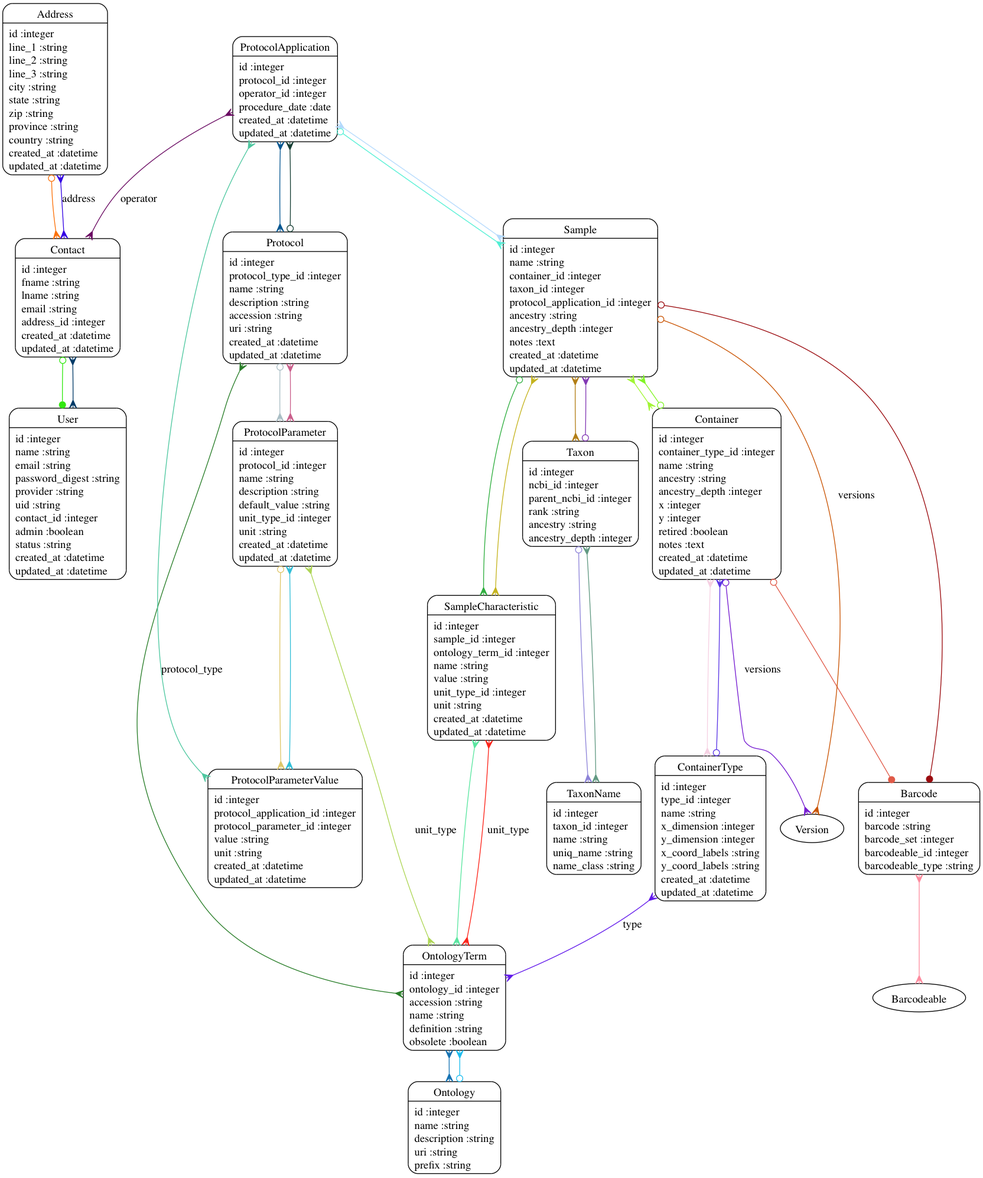
dimitras/collos keeps this Graphviz diagram as models.png. Above is the earlier version. Its source is kept beside it as models.dot.
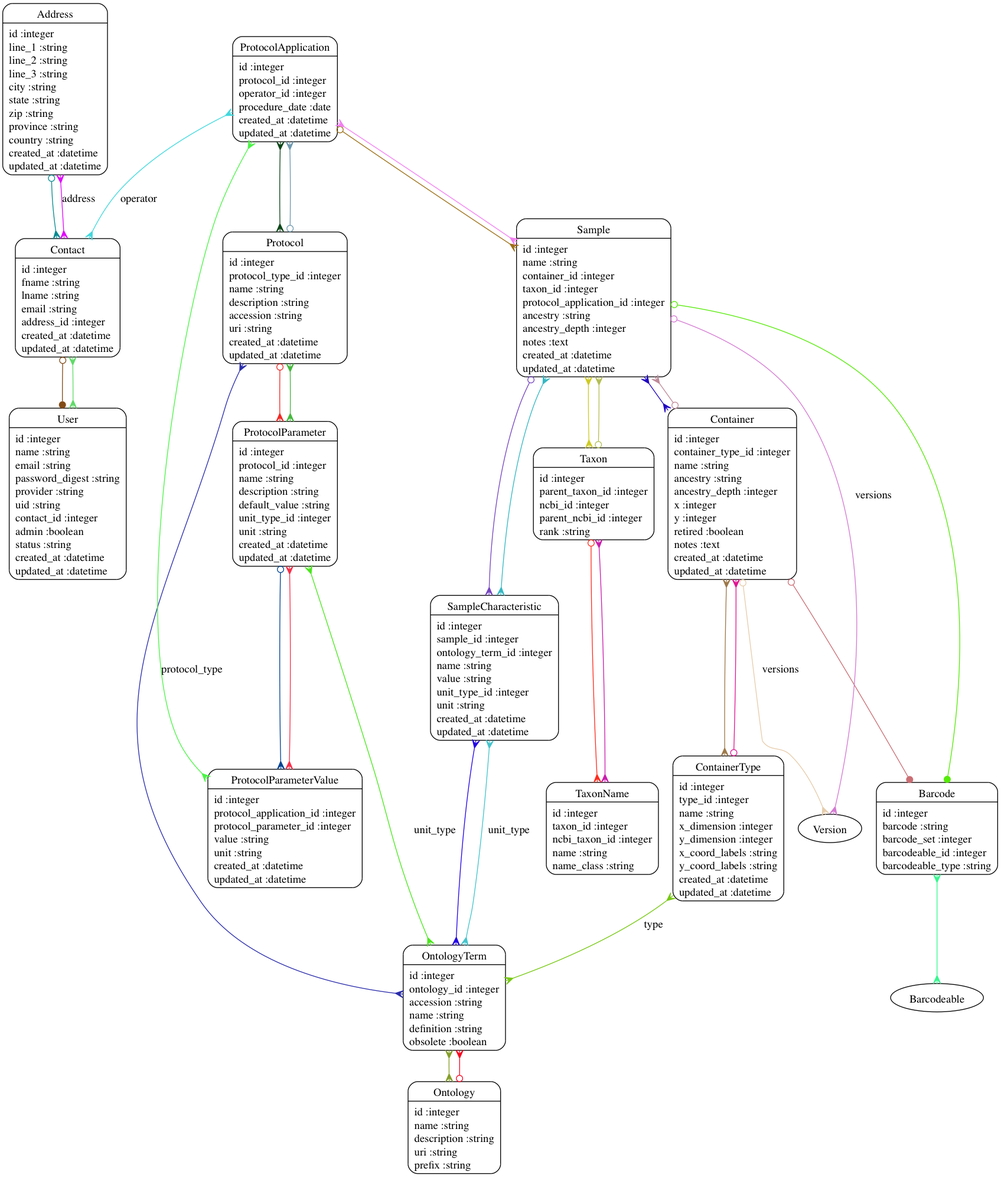
After the commit.

The edit, as a diff of the source:
```diff
@@ -13,43 +13,43 @@
 	"ProtocolParameterValue" [shape=Mrecord, label="{ProtocolParameterValue|id :integer\lprotocol_application_id :integer\lprotocol_parameter_id :integer\lvalue :string\lunit :string\lcreated_at :datetime\lupdated_at :datetime\l}"]
 	"Sample" [shape=Mrecord, label="{Sample|id :integer\lname :string\lcontainer_id :integer\ltaxon_id :integer\lprotocol_application_id :integer\lancestry :string\lancestry_depth :integer\lnotes :text\lcreated_at :datetime\lupdated_at :datetime\l}"]
 	"SampleCharacteristic" [shape=Mrecord, label="{SampleCharacteristic|id :integer\lsample_id :integer\lontology_term_id :integer\lname :string\lvalue :string\lunit_type_id :integer\lunit :string\lcreated_at :datetime\lupdated_at :datetime\l}"]
-	"Taxon" [shape=Mrecord, label="{Taxon|id :integer\lncbi_id :integer\lparent_ncbi_id :integer\lrank :string\lancestry :string\lancestry_depth :integer\l}"]
-	"TaxonName" [shape=Mrecord, label="{TaxonName|id :integer\ltaxon_id :integer\lname :string\luniq_name :string\lname_class :string\l}"]
+	"Taxon" [shape=Mrecord, label="{Taxon|id :integer\lparent_taxon_id :integer\lncbi_id :integer\lparent_ncbi_id :integer\lrank :string\l}"]
+	"TaxonName" [shape=Mrecord, label="{TaxonName|id :integer\ltaxon_id :integer\lncbi_taxon_id :integer\lname :string\lname_class :string\l}"]
 	"User" [shape=Mrecord, label="{User|id :integer\lname :string\lemail :string\lpassword_digest :string\lprovider :string\luid :string\lcontact_id :integer\ladmin :boolean\lstatus :string\lcreated_at :datetime\lupdated_at :datetime\l}"]
-	"Address" -> "Contact" [arrowtail=odot, arrowhead=crow, dir=both color="#FB710A"]
-	"Barcode" -> "Barcodeable" [arrowtail=crow, arrowhead=crow, dir=both color="#FD8B9E"]
-	"Contact" -> "User" [arrowtail=odot, arrowhead=dot, dir=both color="#32E811"]
-	"Contact" -> "Address" [label="address", arrowtail=crow, arrowhead=crow, dir=both color="#3303E4"]
-	"Container" -> "ContainerType" [arrowtail=crow, arrowhead=crow, dir=both color="#F5D0E2"]
-	"Container" -> "Sample" [arrowtail=odot, arrowhead=crow, dir=both color="#81F425"]
-	"Container" -> "Barcode" [arrowtail=odot, arrowhead=dot, dir=both color="#E05A48"]
-	"Container" -> "Version" [label="versions", arrowtail=odot, arrowhead=crow, dir=both color="#741AD0"]
-	"ContainerType" -> "OntologyTerm" [label="type", arrowtail=crow, arrowhead=crow, dir=both color="#6118EA"]
-	"ContainerType" -> "Container" [arrowtail=odot, arrowhead=crow, dir=both color="#5934E5"]
-	"Ontology" -> "OntologyTerm" [arrowtail=odot, arrowhead=crow, dir=both color="#1CBCEE"]
-	"OntologyTerm" -> "Ontology" [arrowtail=crow, arrowhead=crow, dir=both color="#1572B2"]
-	"Protocol" -> "OntologyTerm" [label="protocol_type", arrowtail=crow, arrowhead=crow, dir=both color="#287D28"]
-	"Protocol" -> "ProtocolApplication" [arrowtail=odot, arrowhead=crow, dir=both color="#153D33"]
-	"Protocol" -> "ProtocolParameter" [arrowtail=odot, arrowhead=crow, dir=both color="#A9BDC4"]
-	"ProtocolApplication" -> "Sample" [arrowtail=odot, arrowhead=crow, dir=both color="#52EFD4"]
-	"ProtocolApplication" -> "Protocol" [arrowtail=crow, arrowhead=crow, dir=both color="#055690"]
-	"ProtocolApplication" -> "Contact" [label="operator", arrowtail=crow, arrowhead=crow, dir=both color="#6A0A62"]
-	"ProtocolParameter" -> "Protocol" [arrowtail=crow, arrowhead=crow, dir=both color="#C95E8B"]
-	"ProtocolParameter" -> "OntologyTerm" [label="unit_type", arrowtail=crow, arrowhead=crow, dir=both color="#ADD555"]
-	"ProtocolParameter" -> "ProtocolParameterValue" [arrowtail=odot, arrowhead=crow, dir=both color="#DEC668"]
-	"ProtocolParameterValue" -> "ProtocolApplication" [arrowtail=crow, arrowhead=crow, dir=both color="#4DC79F"]
-	"ProtocolParameterValue" -> "ProtocolParameter" [arrowtail=crow, arrowhead=crow, dir=both color="#31BED7"]
-	"Sample" -> "Barcode" [arrowtail=odot, arrowhead=dot, dir=both color="#9A0A0E"]
-	"Sample" -> "Container" [arrowtail=crow, arrowhead=crow, dir=both color="#A1F534"]
-	"Sample" -> "ProtocolApplication" [arrowtail=crow, arrowhead=crow, dir=both color="#B3D9FC"]
-	"Sample" -> "Taxon" [arrowtail=crow, arrowhead=crow, dir=both color="#B27E16"]
-	"Sample" -> "SampleCharacteristic" [arrowtail=odot, arrowhead=crow, dir=both color="#2FAE3F"]
-	"Sample" -> "Version" [label="versions", arrowtail=odot, arrowhead=crow, dir=both color="#C95404"]
-	"SampleCharacteristic" -> "OntologyTerm" [arrowtail=crow, arrowhead=crow, dir=both color="#59E59F"]
-	"SampleCharacteristic" -> "OntologyTerm" [label="unit_type", arrowtail=crow, arrowhead=crow, dir=both color="#FC241A"]
-	"SampleCharacteristic" -> "Sample" [arrowtail=crow, arrowhead=crow, dir=both color="#C4B31E"]
-	"Taxon" -> "Sample" [arrowtail=odot, arrowhead=crow, dir=both color="#8238B4"]
-	"Taxon" -> "TaxonName" [arrowtail=odot, arrowhead=crow, dir=both color="#8D83D8"]
-	"TaxonName" -> "Taxon" [arrowtail=crow, arrowhead=crow, dir=both color="#619982"]
-	"User" -> "Contact" [arrowtail=crow, arrowhead=crow, dir=both color="#013A67"]
+	"Address" -> "Contact" [arrowtail=odot, arrowhead=crow, dir=both color="#068A91"]
+	"Barcode" -> "Barcodeable" [arrowtail=crow, arrowhead=crow, dir=both color="#34F88E"]
+	"Contact" -> "User" [arrowtail=odot, arrowhead=dot, dir=both color="#824B16"]
+	"Contact" -> "Address" [label="address", arrowtail=crow, arrowhead=crow, dir=both color="#E008FC"]
+	"Container" -> "ContainerType" [arrowtail=crow, arrowhead=crow, dir=both color="#9E7848"]
+	"Container" -> "Sample" [arrowtail=odot, arrowhead=crow, dir=both color="#BE8999"]
+	"Container" -> "Barcode" [arrowtail=odot, arrowhead=dot, dir=both color="#CA6E74"]
+	"Container" -> "Version" [label="versions", arrowtail=odot, arrowhead=crow, dir=both color="#E6CCAB"]
+	"ContainerType" -> "OntologyTerm" [label="type", arrowtail=crow, arrowhead=crow, dir=both color="#76C812"]
+	"ContainerType" -> "Container" [arrowtail=odot, arrowhead=crow, dir=both color="#E01593"]
+	"Ontology" -> "OntologyTerm" [arrowtail=odot, arrowhead=crow, dir=both color="#FA041F"]
+	"OntologyTerm" -> "Ontology" [arrowtail=crow, arrowhead=crow, dir=both color="#839E27"]
+	"Protocol" -> "OntologyTerm" [label="protocol_type", arrowtail=crow, arrowhead=crow, dir=both color="#2A2CAB"]
+	"Protocol" -> "ProtocolApplication" [arrowtail=odot, arrowhead=crow, dir=both color="#6D98AE"]
+	"Protocol" -> "ProtocolParameter" [arrowtail=odot, arrowhead=crow, dir=both color="#F02925"]
+	"ProtocolApplication" -> "Sample" [arrowtail=odot, arrowhead=crow, dir=both color="#9C6E15"]
+	"ProtocolApplication" -> "Protocol" [arrowtail=crow, arrowhead=crow, dir=both color="#0B4618"]
+	"ProtocolApplication" -> "Contact" [label="operator", arrowtail=crow, arrowhead=crow, dir=both color="#40D8DD"]
+	"ProtocolParameter" -> "Protocol" [arrowtail=crow, arrowhead=crow, dir=both color="#44B83C"]
+	"ProtocolParameter" -> "OntologyTerm" [label="unit_type", arrowtail=crow, arrowhead=crow, dir=both color="#48E81A"]
+	"ProtocolParameter" -> "ProtocolParameterValue" [arrowtail=odot, arrowhead=crow, dir=both color="#024392"]
+	"ProtocolParameterValue" -> "ProtocolApplication" [arrowtail=crow, arrowhead=crow, dir=both color="#49F544"]
+	"ProtocolParameterValue" -> "ProtocolParameter" [arrowtail=crow, arrowhead=crow, dir=both color="#FA2E49"]
+	"Sample" -> "Barcode" [arrowtail=odot, arrowhead=dot, dir=both color="#56EA08"]
+	"Sample" -> "Container" [arrowtail=crow, arrowhead=crow, dir=both color="#2005C1"]
+	"Sample" -> "ProtocolApplication" [arrowtail=crow, arrowhead=crow, dir=both color="#F27EF1"]
+	"Sample" -> "Taxon" [arrowtail=crow, arrowhead=crow, dir=both color="#CECB20"]
+	"Sample" -> "SampleCharacteristic" [arrowtail=odot, arrowhead=crow, dir=both color="#7646C1"]
+	"Sample" -> "Version" [label="versions", arrowtail=odot, arrowhead=crow, dir=both color="#D47AD2"]
+	"SampleCharacteristic" -> "OntologyTerm" [arrowtail=crow, arrowhead=crow, dir=both color="#2303E6"]
+	"SampleCharacteristic" -> "OntologyTerm" [label="unit_type", arrowtail=crow, arrowhead=crow, dir=both color="#43C4CD"]
+	"SampleCharacteristic" -> "Sample" [arrowtail=crow, arrowhead=crow, dir=both color="#34B8C3"]
+	"Taxon" -> "Sample" [arrowtail=odot, arrowhead=crow, dir=both color="#B3BE53"]
+	"Taxon" -> "TaxonName" [arrowtail=odot, arrowhead=crow, dir=both color="#FE2B1D"]
+	"TaxonName" -> "Taxon" [arrowtail=crow, arrowhead=crow, dir=both color="#CA1CAD"]
+	"User" -> "Contact" [arrowtail=crow, arrowhead=crow, dir=both color="#5FDB68"]
 }
```
